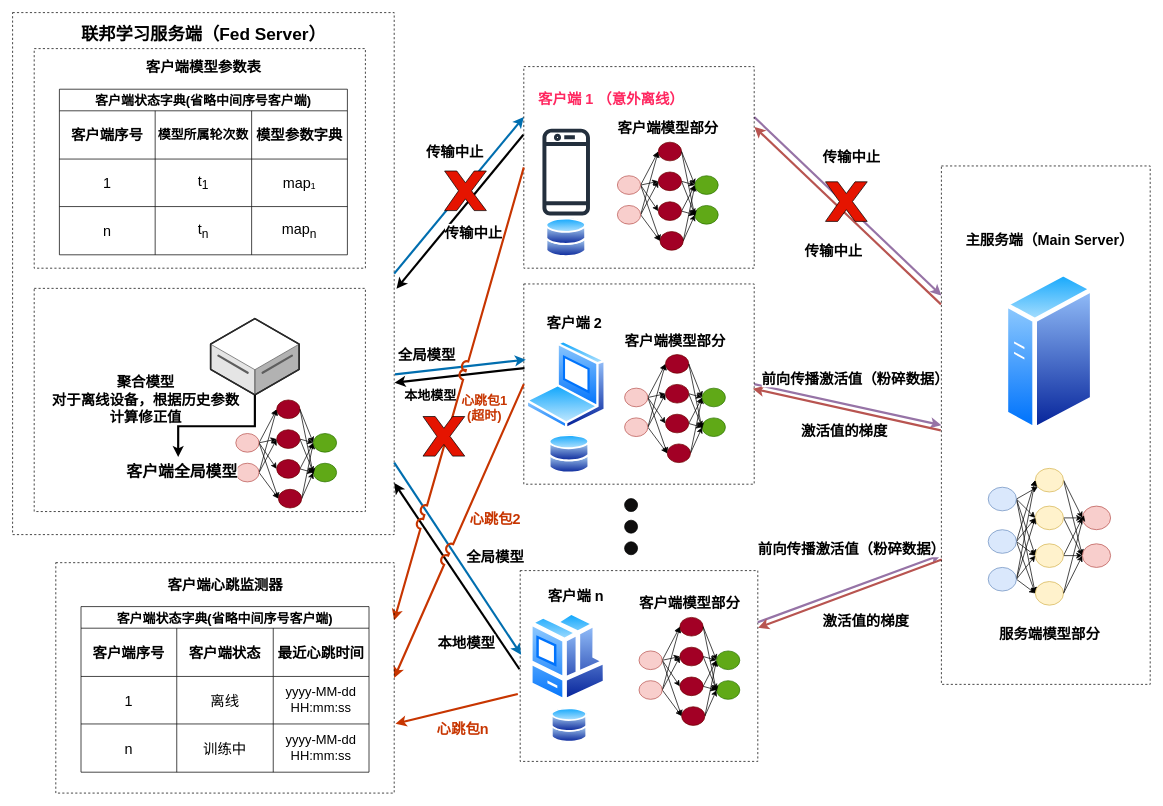
Above: 优化的SFL架构图.drawio in XiaoWenZz/draw-io (draw.io), before the change. Source tidied: cells renumbered, new cells numbered last; positions are measured from the earlier drawing's top-left corner, leaving out a move shared by most shapes. Both pictures are drawn from the tidied source at 72%, with x=0, y=0 at pixel (12, 12).
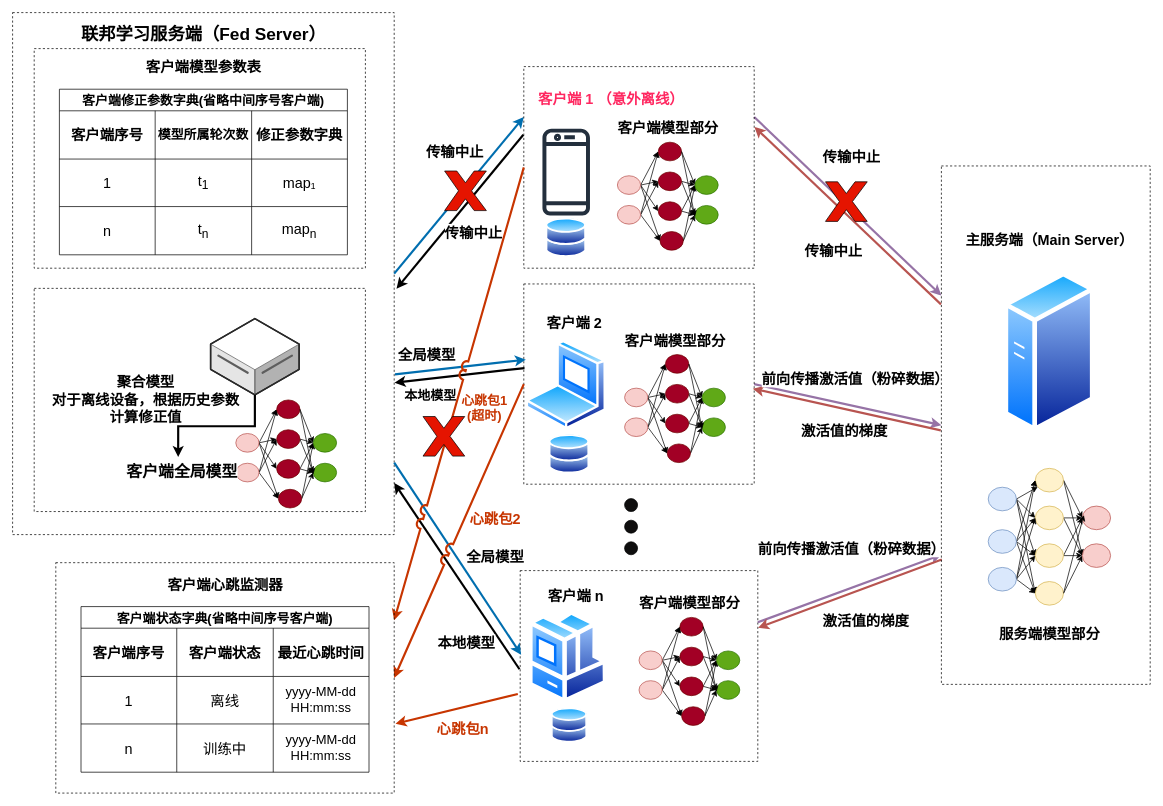
After the change.

Commit message:
更新优化的SFL架构图.drawio

The change refers to these unchanged cells:
```xml
<mxCell id="189" style="shape=tableRow;horizontal=0;startSize=0;swimlaneHead=0;swimlaneBody=0;strokeColor=inherit;top=0;left=0;bottom=0;right=0;fillColor=none;fontSize=16;" parent="188" vertex="1">
  <mxGeometry y="30" width="400" height="67" as="geometry" />
</mxCell>
```

Diff of the diagram source:
```diff
@@
-    <mxCell id="188" value="客户端状态字典(省略中间序号客户端)" style="shape=table;startSize=30;childLayout=tableLayout;strokeColor=default;fontSize=18;fontStyle=1;" parent="1" vertex="1">
+    <mxCell id="188" value="客户端修正参数字典(省略中间序号客户端)" style="shape=table;startSize=30;childLayout=tableLayout;strokeColor=default;fontSize=18;fontStyle=1;" parent="1" vertex="1">
       <mxGeometry x="65" y="106.4" width="400" height="230" as="geometry" />
     </mxCell>
@@
-    <mxCell id="192" value="&lt;b&gt;&lt;font style=&quot;font-size: 20px;&quot;&gt;模型参数字典&lt;/font&gt;&lt;/b&gt;" style="shape=partialRectangle;html=1;whiteSpace=wrap;strokeColor=inherit;overflow=hidden;fillColor=none;top=0;left=0;bottom=0;right=0;fontSize=16;" parent="189" vertex="1">
+    <mxCell id="192" value="&lt;b&gt;&lt;font style=&quot;font-size: 20px;&quot;&gt;修正参数字典&lt;/font&gt;&lt;/b&gt;" style="shape=partialRectangle;html=1;whiteSpace=wrap;strokeColor=inherit;overflow=hidden;fillColor=none;top=0;left=0;bottom=0;right=0;fontSize=16;" parent="189" vertex="1">
       <mxGeometry x="267" width="133" height="67" as="geometry" />
     </mxCell>
```
